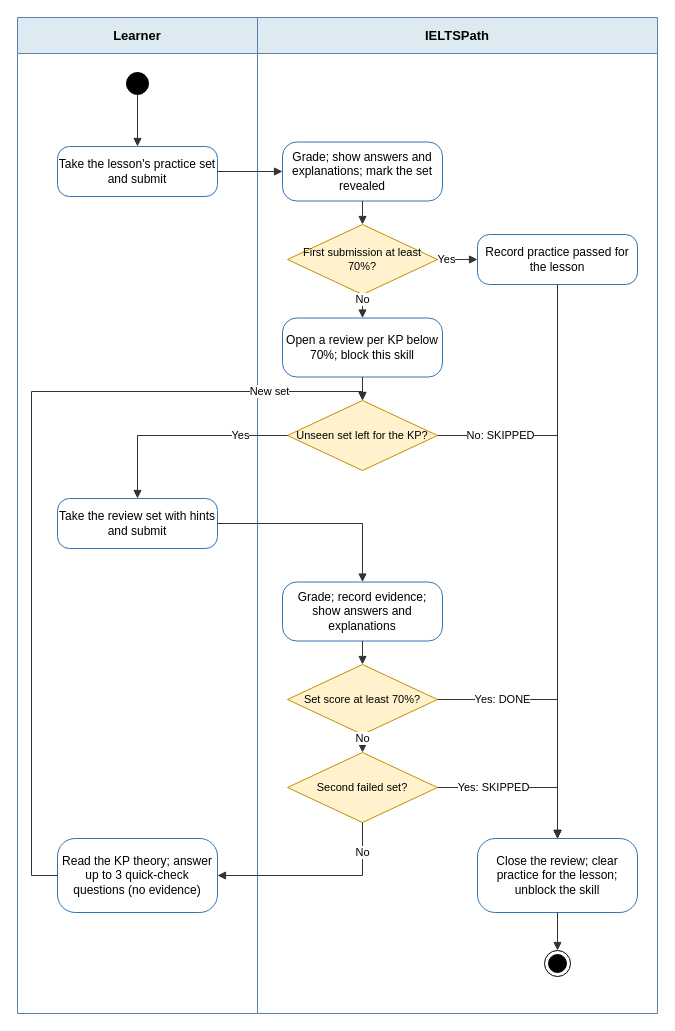
The draw.io diagram page "SC-03 Activity" (3 of 8) of capstone-docs/rp_3.0_system-requirements-system/diagram_script/part2-diagrams/IELTSPath_Scenarios.drawio in IeltsPath-Platform/backend, before the edit. Source tidied: cells renumbered, new cells numbered last; positions are measured from the earlier drawing's top-left corner, leaving out a move shared by most shapes. Both pictures are drawn from the tidied source at 100%, with x=0, y=0 at pixel (17, 17).
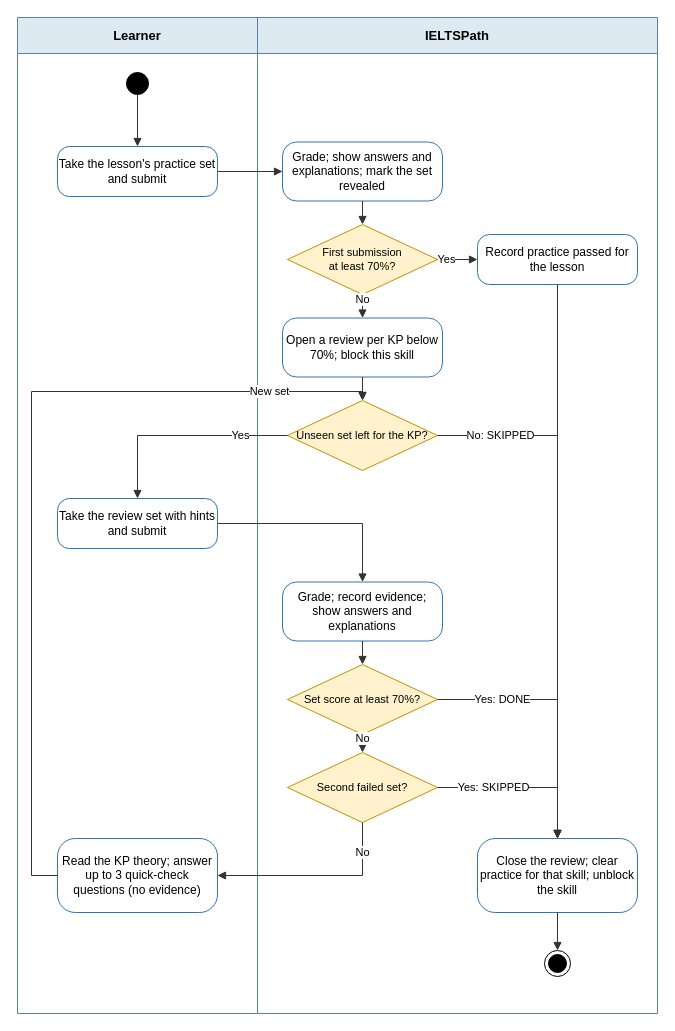
The same diagram, later.

The edit, as a diff of the source:
```diff
@@
-    <mxCell id="7" value="First submission at least 70%?" style="rhombus;whiteSpace=wrap;html=1;fillColor=#FFF2CC;strokeColor=#BF9000;fontSize=11;" parent="1" vertex="1">
+    <mxCell id="7" value="First submission&lt;br&gt;at least 70%?" style="rhombus;whiteSpace=wrap;html=1;fillColor=#FFF2CC;strokeColor=#BF9000;fontSize=11;" parent="1" vertex="1">
       <mxGeometry x="270" y="207" width="150" height="70" as="geometry" />
     </mxCell>
@@
-    <mxCell id="16" value="Close the review; clear practice for the lesson; unblock the skill" style="rounded=1;arcSize=24;whiteSpace=wrap;html=1;fillColor=#FFFFFF;strokeColor=#2E75B6;fontSize=12;" parent="1" vertex="1">
+    <mxCell id="16" value="Close the review; clear practice for that skill; unblock the skill" style="rounded=1;arcSize=24;whiteSpace=wrap;html=1;fillColor=#FFFFFF;strokeColor=#2E75B6;fontSize=12;" parent="1" vertex="1">
       <mxGeometry x="460" y="821" width="160" height="74" as="geometry" />
     </mxCell>
```
